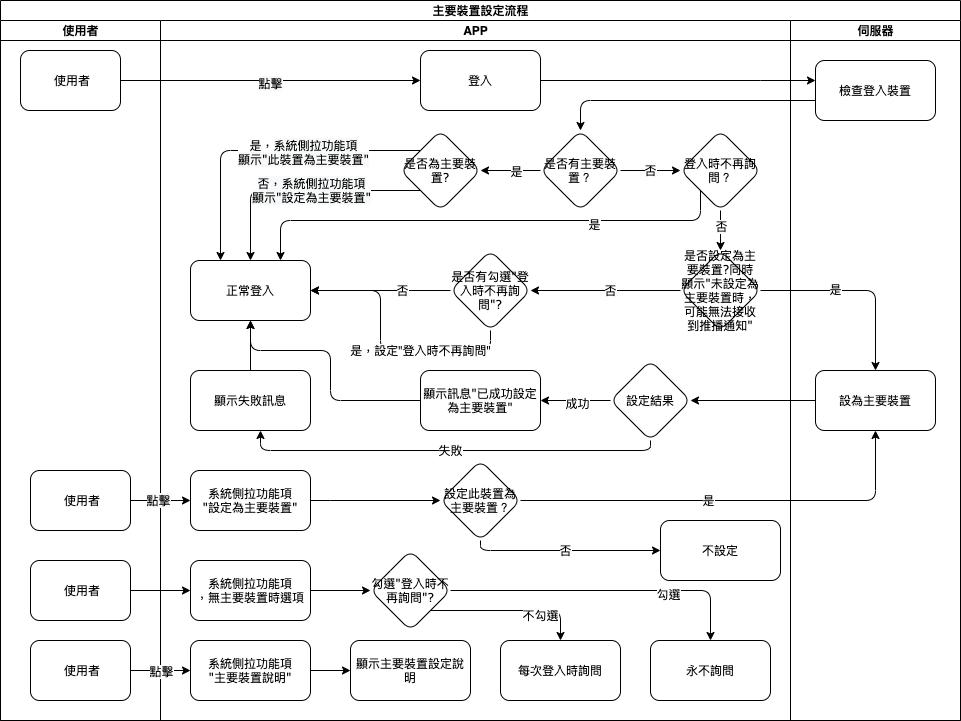
Earlier version of the draw.io export 8.10.0/UPDATE/ITEM_2/MAE/image/workflow_system_maindevice.png (ArcareRD/sadocs). Source tidied: cells renumbered, new cells last; positions are measured from the earlier drawing's top-left corner, leaving out a move shared by most shapes.
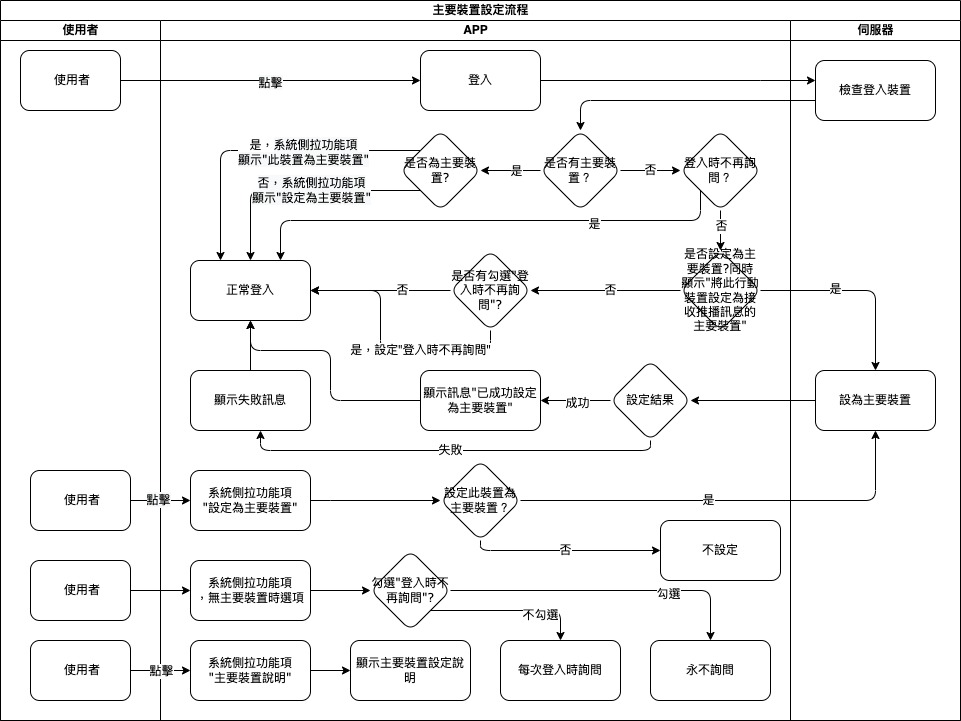
The same diagram one commit later.

The edit, as a diff of the source:
```diff
@@ -65,7 +65,7 @@
     <mxCell id="18" value="&lt;span style=&quot;font-family: &amp;#34;verdana&amp;#34;&quot;&gt;系統側拉功能項&lt;br&gt;&quot;&lt;/span&gt;設定為主要裝置&quot;" style="whiteSpace=wrap;html=1;rounded=1;shadow=0;fontFamily=Verdana;fontSize=8;strokeWidth=1;" parent="8" vertex="1">
       <mxGeometry x="30" y="450" width="120" height="60" as="geometry" />
     </mxCell>
-    <mxCell id="19" value="是否設定為主要裝置?同時顯示&quot;未設定為主要裝置時，可能無法接收到推播通知&quot;" style="rhombus;whiteSpace=wrap;html=1;rounded=1;shadow=0;fontFamily=Verdana;fontSize=8;strokeWidth=1;" parent="8" vertex="1">
+    <mxCell id="19" value="是否設定為主要裝置?同時顯示&quot;將此行動裝置設定為接收推播訊息的主要裝置&quot;" style="rhombus;whiteSpace=wrap;html=1;rounded=1;shadow=0;fontFamily=Verdana;fontSize=8;strokeWidth=1;" parent="8" vertex="1">
       <mxGeometry x="520" y="230" width="80" height="80" as="geometry" />
     </mxCell>
     <mxCell id="20" style="edgeStyle=orthogonalEdgeStyle;rounded=1;jettySize=auto;html=1;" parent="8" edge="1" source="50" target="19">
```
